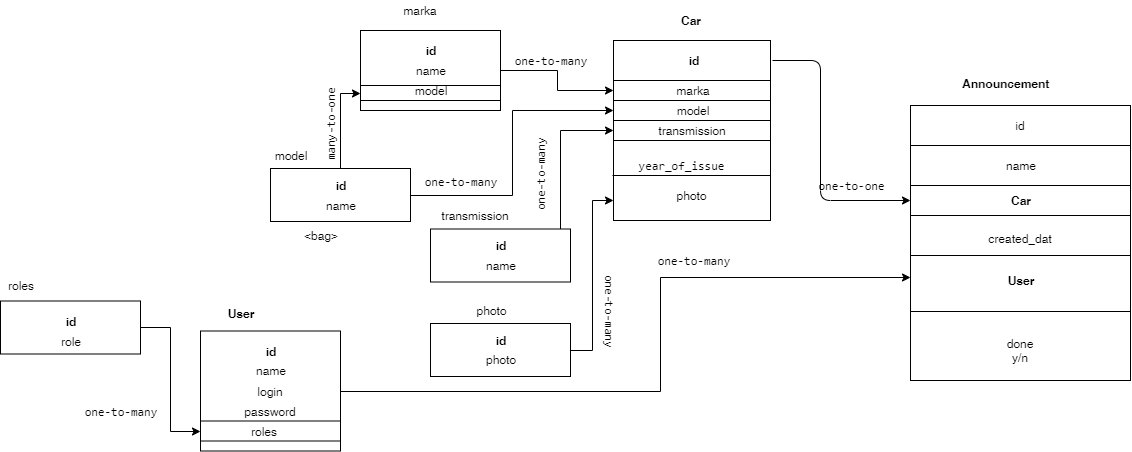
The draw.io diagram db/Avito-Shema.png in AlexandrKaleganov/HibernateSpring, before a commit. Source tidied: cells renumbered, new cells last; positions are measured from the earlier drawing's top-left corner, leaving out a move shared by most shapes.
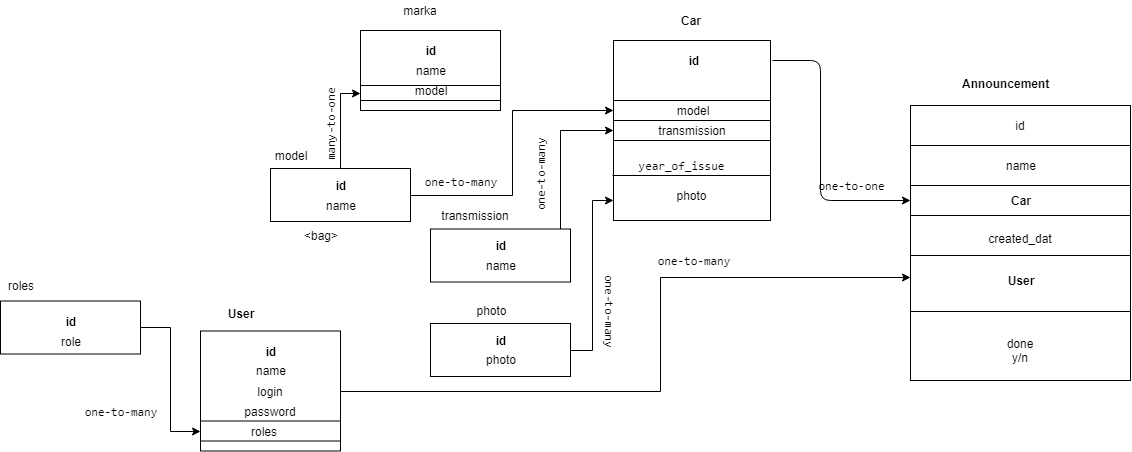
Later version of the same file.

Commit message:
Ошибки с маппингом, необходимо переделать схему бд и маппинг

Change to the diagram source:
```diff
@@ -50,12 +50,6 @@
     <mxCell id="17" value="model" style="text;html=1;strokeColor=none;fillColor=none;align=center;verticalAlign=middle;whiteSpace=wrap;rounded=0;" parent="1" vertex="1">
       <mxGeometry x="671.5" y="100" width="40" height="20" as="geometry" />
     </mxCell>
-    <mxCell id="18" style="rounded=0;whiteSpace=wrap;html=1;" parent="1" vertex="1">
-      <mxGeometry x="613" y="80" width="157" height="20" as="geometry" />
-    </mxCell>
-    <mxCell id="19" value="marka" style="text;html=1;strokeColor=none;fillColor=none;align=center;verticalAlign=middle;whiteSpace=wrap;rounded=0;" parent="1" vertex="1">
-      <mxGeometry x="673" y="80" width="40" height="20" as="geometry" />
-    </mxCell>
     <mxCell id="20" value="&lt;pre id=&quot;tw-target-text&quot; dir=&quot;ltr&quot;&gt;&lt;span tabindex=&quot;0&quot; lang=&quot;en&quot;&gt;year_of_issue&lt;/span&gt;&lt;/pre&gt;" style="text;html=1;strokeColor=none;fillColor=none;align=center;verticalAlign=middle;whiteSpace=wrap;rounded=0;" parent="1" vertex="1">
       <mxGeometry x="660" y="155" width="40" height="20" as="geometry" />
     </mxCell>
@@ -76,9 +70,6 @@
         </Array>
       </mxGeometry>
     </mxCell>
-    <mxCell id="24" style="edgeStyle=orthogonalEdgeStyle;rounded=0;jettySize=auto;html=1;entryX=0;entryY=0.5;entryDx=0;entryDy=0;" parent="1" edge="1" source="25" target="18">
-      <mxGeometry relative="1" as="geometry" />
-    </mxCell>
     <mxCell id="25" style="rounded=0;whiteSpace=wrap;html=1;fontStyle=1;" parent="1" vertex="1">
       <mxGeometry x="360" y="30" width="140" height="80" as="geometry" />
     </mxCell>
@@ -198,9 +189,6 @@
     <mxCell id="61" value="roles" style="text;html=1;strokeColor=none;fillColor=none;align=center;verticalAlign=middle;whiteSpace=wrap;rounded=0;" parent="1" vertex="1">
       <mxGeometry x="243" y="420.5" width="40" height="20" as="geometry" />
     </mxCell>
-    <mxCell id="62" value="&lt;pre&gt;&lt;span&gt;one-to-many&lt;/span&gt;&lt;/pre&gt;" style="text;html=1;strokeColor=none;fillColor=none;align=center;verticalAlign=middle;whiteSpace=wrap;rounded=0;rotation=0;" parent="1" vertex="1">
-      <mxGeometry x="530" y="50" width="40" height="20" as="geometry" />
-    </mxCell>
     <mxCell id="63" style="edgeStyle=orthogonalEdgeStyle;rounded=0;jettySize=auto;html=1;entryX=0;entryY=0.5;entryDx=0;entryDy=0;" parent="1" edge="1" source="64" target="60">
       <mxGeometry relative="1" as="geometry" />
     </mxCell>
```
